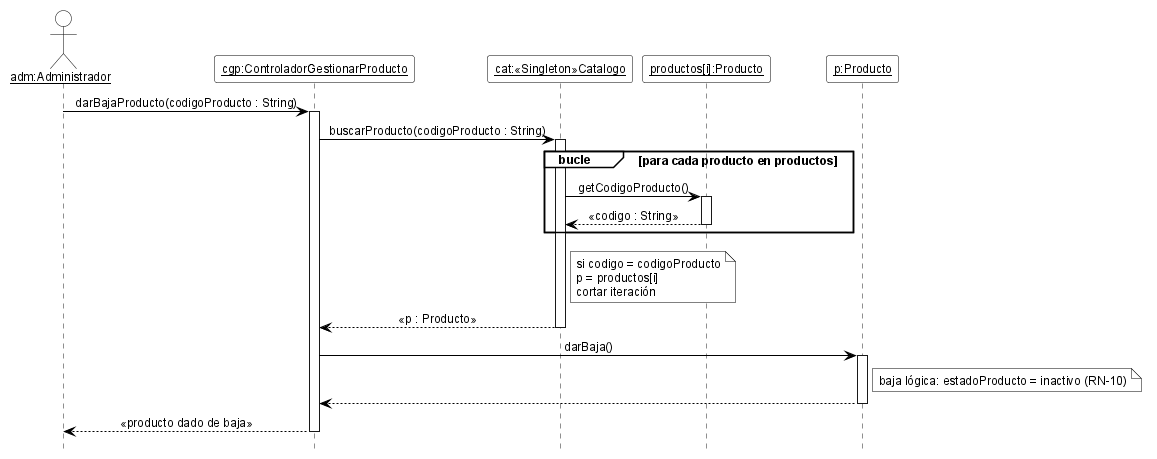
Earlier version of the PlantUML export 08-Diagrama De Secuencia/DSD_CU-04_darBajaProducto.png (cirotop/Stock-Project). Source of this version:
```plantuml
@startuml DSD_CU-04_darBajaProducto
hide footbox
skinparam shadowing false
skinparam defaultFontName Arial
skinparam defaultFontSize 12
skinparam sequenceMessageAlign center
skinparam ArrowColor black
skinparam ParticipantBackgroundColor white
skinparam ParticipantBorderColor black
skinparam CollectionsBackgroundColor white
skinparam CollectionsBorderColor black
skinparam ActorBackgroundColor white
skinparam ActorBorderColor black
skinparam LifeLineBorderColor black
skinparam LifeLineBackgroundColor white
skinparam SequenceGroupBackgroundColor white
skinparam SequenceGroupBorderColor black
skinparam SequenceGroupHeaderFontColor black
skinparam NoteBackgroundColor white
skinparam NoteBorderColor black

actor "<u>adm:Administrador</u>" as adm
participant "<u>cgp:ControladorGestionarProducto</u>" as cgp
participant "<u>cat:«Singleton»Catalogo</u>" as cat
participant "<u>productos[i]:Producto</u>" as pi
participant "<u>p:Producto</u>" as p

adm -> cgp ++ : darBajaProducto(codigoProducto : String)
cgp -> cat ++ : buscarProducto(codigoProducto : String)
group bucle [para cada producto en productos]
  cat -> pi ++ : getCodigoProducto()
  pi --> cat -- : «codigo : String»
end
note right of cat
  si codigo = codigoProducto
  p = productos[i]
  cortar iteración
end note
cat --> cgp -- : «p : Producto»
cgp -> p ++ : darBaja()
note right of p : baja lógica: estadoProducto = inactivo (RN-10)
p --> cgp --
cgp --> adm -- : «producto dado de baja»

@enduml
```
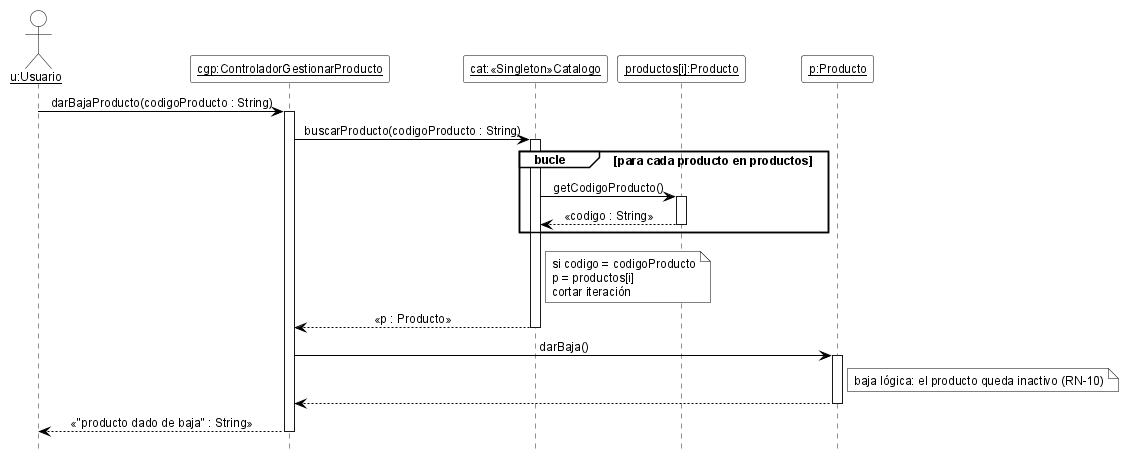
The same file after the commit.

Change to the diagram source:
```diff
@@ -19,13 +19,13 @@
 skinparam NoteBackgroundColor white
 skinparam NoteBorderColor black
 
-actor "<u>adm:Administrador</u>" as adm
+actor "<u>u:Usuario</u>" as u
 participant "<u>cgp:ControladorGestionarProducto</u>" as cgp
 participant "<u>cat:«Singleton»Catalogo</u>" as cat
 participant "<u>productos[i]:Producto</u>" as pi
 participant "<u>p:Producto</u>" as p
 
-adm -> cgp ++ : darBajaProducto(codigoProducto : String)
+u -> cgp ++ : darBajaProducto(codigoProducto : String)
 cgp -> cat ++ : buscarProducto(codigoProducto : String)
 group bucle [para cada producto en productos]
   cat -> pi ++ : getCodigoProducto()
@@ -38,8 +38,8 @@
 end note
 cat --> cgp -- : «p : Producto»
 cgp -> p ++ : darBaja()
-note right of p : baja lógica: estadoProducto = inactivo (RN-10)
+note right of p : baja lógica: el producto queda inactivo (RN-10)
 p --> cgp --
-cgp --> adm -- : «producto dado de baja»
+cgp --> u -- : «"producto dado de baja" : String»
 
 @enduml
```
